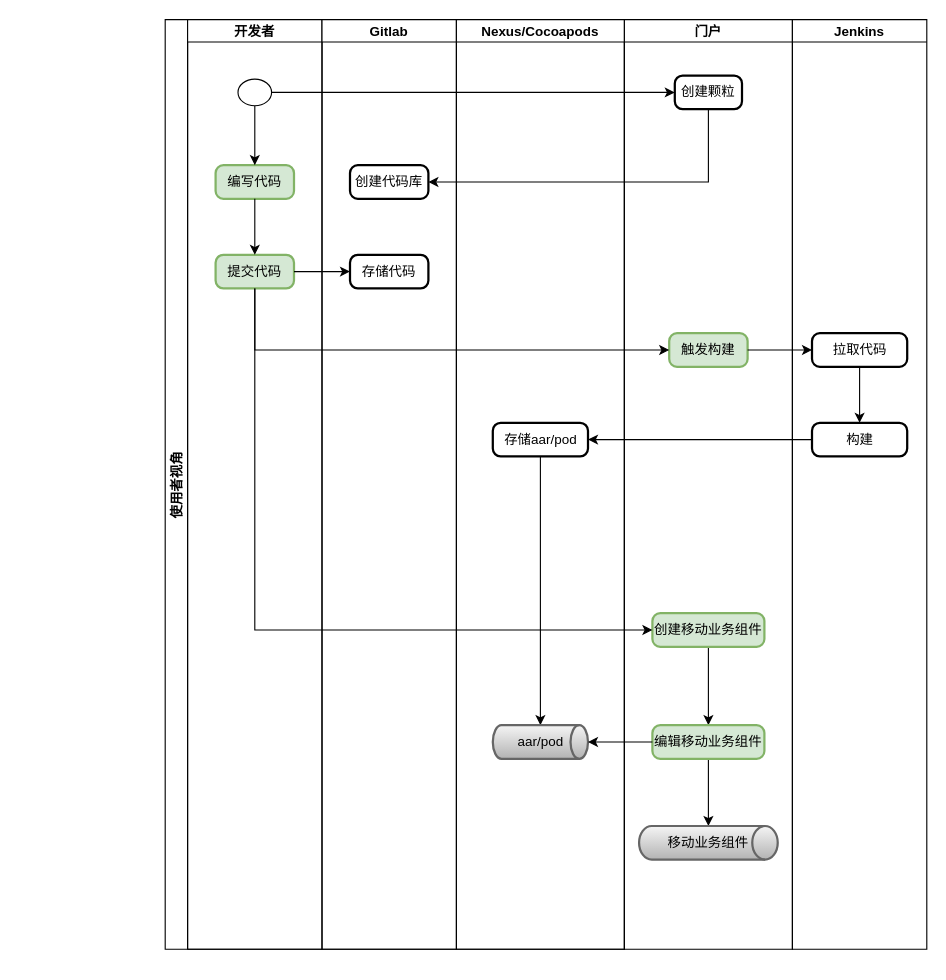
kwhitestone/drawio keeps this draw.io diagram as page "第 6 页" (6 of 6) of assembly-factory.drawio. Above is the earlier version. Source tidied: cells renumbered, new cells numbered last; positions are measured from the earlier drawing's top-left corner, leaving out a move shared by most shapes. Both pictures are drawn from the tidied source at 112%, with x=0, y=0 at pixel (165, 19).
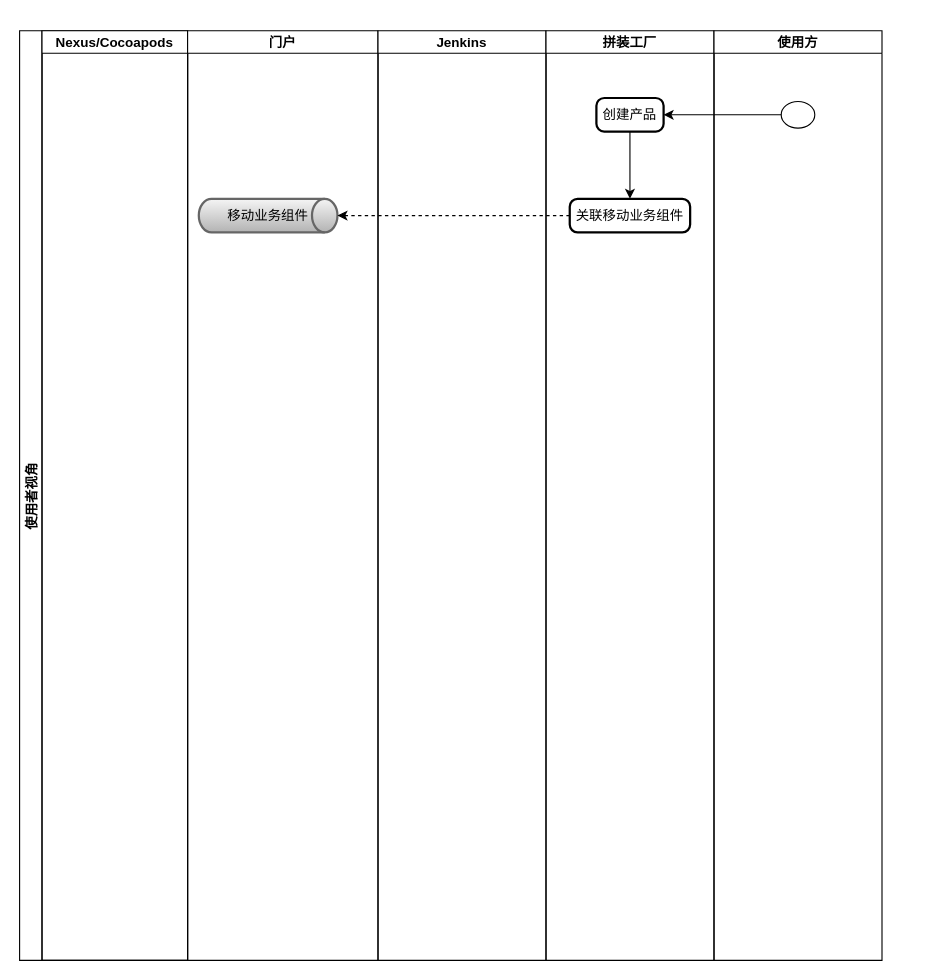
Above is the later version.

Change to the diagram source:
```diff
@@
     <mxCell id="2" value="使用者视角" style="swimlane;startSize=20;horizontal=0;" parent="1" vertex="1">
-      <mxGeometry width="410" height="830" as="geometry" />
+      <mxGeometry x="-130" y="10" width="150" height="830" as="geometry" />
     </mxCell>
-    <mxCell id="3" value="开发者" style="swimlane;startSize=20;" parent="2" vertex="1">
-      <mxGeometry x="20" width="120" height="830" as="geometry" />
-    </mxCell>
-    <mxCell id="4" value="编写代码" style="rounded=1;whiteSpace=wrap;html=1;absoluteArcSize=1;arcSize=14;strokeWidth=2;fillColor=#d5e8d4;strokeColor=#82b366;" parent="3" vertex="1">
-      <mxGeometry x="25" y="130" width="70" height="30" as="geometry" />
-    </mxCell>
-    <mxCell id="5" value="提交代码" style="rounded=1;whiteSpace=wrap;html=1;absoluteArcSize=1;arcSize=14;strokeWidth=2;fillColor=#d5e8d4;strokeColor=#82b366;" parent="3" vertex="1">
-      <mxGeometry x="25" y="210" width="70" height="30" as="geometry" />
-    </mxCell>
-    <mxCell id="6" style="edgeStyle=orthogonalEdgeStyle;rounded=0;jettySize=auto;html=1;entryX=0.5;entryY=0;entryDx=0;entryDy=0;exitX=0.5;exitY=1;exitDx=0;exitDy=0;" parent="3" edge="1" source="4" target="5">
-      <mxGeometry relative="1" as="geometry" />
-    </mxCell>
-    <mxCell id="7" style="edgeStyle=orthogonalEdgeStyle;rounded=0;jettySize=auto;html=1;entryX=0.5;entryY=0;entryDx=0;entryDy=0;" parent="3" edge="1" source="8" target="4">
-      <mxGeometry relative="1" as="geometry" />
-    </mxCell>
-    <mxCell id="8" style="verticalLabelPosition=bottom;verticalAlign=top;html=1;shape=mxgraph.flowchart.on-page_reference;" parent="3" vertex="1">
-      <mxGeometry x="45" y="53.1" width="30" height="23.8" as="geometry" />
-    </mxCell>
-    <mxCell id="9" style="edgeStyle=orthogonalEdgeStyle;rounded=0;jettySize=auto;html=1;entryX=0;entryY=0.5;entryDx=0;entryDy=0;" parent="2" edge="1" source="5" target="12">
-      <mxGeometry relative="1" as="geometry" />
-    </mxCell>
-    <mxCell id="10" value="Gitlab" style="swimlane;startSize=20;" parent="2" vertex="1">
-      <mxGeometry x="140" width="120" height="830" as="geometry" />
-    </mxCell>
-    <mxCell id="11" value="创建代码库" style="rounded=1;whiteSpace=wrap;html=1;absoluteArcSize=1;arcSize=14;strokeWidth=2;" parent="10" vertex="1">
-      <mxGeometry x="25" y="130" width="70" height="30" as="geometry" />
-    </mxCell>
-    <mxCell id="12" value="存储代码" style="rounded=1;whiteSpace=wrap;html=1;absoluteArcSize=1;arcSize=14;strokeWidth=2;" parent="10" vertex="1">
-      <mxGeometry x="25" y="210" width="70" height="30" as="geometry" />
-    </mxCell>
     <mxCell id="13" value="Nexus/Cocoapods" style="swimlane;startSize=20;" parent="2" vertex="1">
-      <mxGeometry x="260" width="150" height="830" as="geometry" />
+      <mxGeometry x="20" width="130" height="830" as="geometry" />
     </mxCell>
-    <mxCell id="14" style="edgeStyle=orthogonalEdgeStyle;rounded=0;jettySize=auto;html=1;entryX=0.5;entryY=0;entryDx=0;entryDy=0;entryPerimeter=0;" parent="13" edge="1" source="15" target="16">
-      <mxGeometry relative="1" as="geometry" />
-    </mxCell>
-    <mxCell id="15" value="存储aar/pod" style="rounded=1;whiteSpace=wrap;html=1;absoluteArcSize=1;arcSize=14;strokeWidth=2;" parent="13" vertex="1">
-      <mxGeometry x="32.5" y="360" width="85" height="30" as="geometry" />
-    </mxCell>
-    <mxCell id="16" value="aar/pod" style="strokeWidth=2;html=1;shape=mxgraph.flowchart.direct_data;whiteSpace=wrap;fillColor=#f5f5f5;strokeColor=#666666;gradientColor=#b3b3b3;" parent="13" vertex="1">
-      <mxGeometry x="32.5" y="630" width="85" height="30" as="geometry" />
-    </mxCell>
     <mxCell id="17" value="门户" style="swimlane;startSize=20;" parent="1" vertex="1">
-      <mxGeometry x="410" width="150" height="830" as="geometry" />
+      <mxGeometry x="20" y="10" width="170" height="830" as="geometry" />
     </mxCell>
-    <mxCell id="18" value="创建颗粒" style="rounded=1;whiteSpace=wrap;html=1;absoluteArcSize=1;arcSize=14;strokeWidth=2;" parent="17" vertex="1">
-      <mxGeometry x="45" y="50" width="60" height="30" as="geometry" />
-    </mxCell>
-    <mxCell id="19" value="触发构建" style="rounded=1;whiteSpace=wrap;html=1;absoluteArcSize=1;arcSize=14;strokeWidth=2;fillColor=#d5e8d4;strokeColor=#82b366;" parent="17" vertex="1">
-      <mxGeometry x="40" y="280" width="70" height="30" as="geometry" />
-    </mxCell>
-    <mxCell id="20" style="edgeStyle=orthogonalEdgeStyle;rounded=0;jettySize=auto;html=1;entryX=0.5;entryY=0;entryDx=0;entryDy=0;entryPerimeter=0;" parent="17" edge="1" source="21">
-      <mxGeometry relative="1" as="geometry">
-        <mxPoint x="75" y="630" as="targetPoint" />
-      </mxGeometry>
-    </mxCell>
-    <mxCell id="21" value="创建移动业务组件" style="rounded=1;whiteSpace=wrap;html=1;absoluteArcSize=1;arcSize=14;strokeWidth=2;fillColor=#d5e8d4;strokeColor=#82b366;" parent="17" vertex="1">
-      <mxGeometry x="25" y="530" width="100" height="30" as="geometry" />
-    </mxCell>
-    <mxCell id="22" style="edgeStyle=orthogonalEdgeStyle;rounded=0;jettySize=auto;html=1;entryX=0.5;entryY=0;entryDx=0;entryDy=0;entryPerimeter=0;" parent="17" edge="1" source="23" target="24">
-      <mxGeometry relative="1" as="geometry" />
-    </mxCell>
-    <mxCell id="23" value="编辑移动业务组件" style="rounded=1;whiteSpace=wrap;html=1;absoluteArcSize=1;arcSize=14;strokeWidth=2;fillColor=#d5e8d4;strokeColor=#82b366;" parent="17" vertex="1">
-      <mxGeometry x="25" y="630" width="100" height="30" as="geometry" />
-    </mxCell>
     <mxCell id="24" value="移动业务组件" style="strokeWidth=2;html=1;shape=mxgraph.flowchart.direct_data;whiteSpace=wrap;fillColor=#f5f5f5;strokeColor=#666666;gradientColor=#b3b3b3;" parent="17" vertex="1">
-      <mxGeometry x="13.1" y="720" width="123.8" height="30" as="geometry" />
+      <mxGeometry x="10" y="150" width="123.8" height="30" as="geometry" />
     </mxCell>
     <mxCell id="25" value="Jenkins" style="swimlane;startSize=20;" parent="1" vertex="1">
-      <mxGeometry x="560" width="120" height="830" as="geometry" />
+      <mxGeometry x="190" y="10" width="150" height="830" as="geometry" />
     </mxCell>
-    <mxCell id="26" value="拉取代码" style="rounded=1;whiteSpace=wrap;html=1;absoluteArcSize=1;arcSize=14;strokeWidth=2;" parent="25" vertex="1">
-      <mxGeometry x="17.5" y="280" width="85" height="30" as="geometry" />
-    </mxCell>
-    <mxCell id="27" value="构建" style="rounded=1;whiteSpace=wrap;html=1;absoluteArcSize=1;arcSize=14;strokeWidth=2;" parent="25" vertex="1">
-      <mxGeometry x="17.5" y="360" width="85" height="30" as="geometry" />
-    </mxCell>
-    <mxCell id="28" style="edgeStyle=orthogonalEdgeStyle;rounded=0;jettySize=auto;html=1;entryX=0.5;entryY=0;entryDx=0;entryDy=0;exitX=0.5;exitY=1;exitDx=0;exitDy=0;" parent="25" edge="1" source="26" target="27">
-      <mxGeometry relative="1" as="geometry" />
-    </mxCell>
-    <mxCell id="29" style="edgeStyle=orthogonalEdgeStyle;rounded=0;jettySize=auto;html=1;entryX=1;entryY=0.5;entryDx=0;entryDy=0;exitX=0.5;exitY=1;exitDx=0;exitDy=0;" parent="1" edge="1" source="18" target="11">
-      <mxGeometry relative="1" as="geometry" />
-    </mxCell>
-    <mxCell id="30" style="edgeStyle=orthogonalEdgeStyle;rounded=0;jettySize=auto;html=1;exitX=1;exitY=0.5;exitDx=0;exitDy=0;entryX=0;entryY=0.5;entryDx=0;entryDy=0;" parent="1" edge="1" source="19" target="26">
-      <mxGeometry relative="1" as="geometry" />
-    </mxCell>
-    <mxCell id="31" style="edgeStyle=orthogonalEdgeStyle;rounded=0;jettySize=auto;html=1;entryX=1;entryY=0.5;entryDx=0;entryDy=0;" parent="1" edge="1" source="27" target="15">
-      <mxGeometry relative="1" as="geometry" />
-    </mxCell>
-    <mxCell id="32" style="edgeStyle=orthogonalEdgeStyle;rounded=0;jettySize=auto;html=1;entryX=0;entryY=0.5;entryDx=0;entryDy=0;exitX=0.5;exitY=1;exitDx=0;exitDy=0;" parent="1" edge="1" source="5" target="19">
-      <mxGeometry relative="1" as="geometry" />
-    </mxCell>
-    <mxCell id="33" style="edgeStyle=orthogonalEdgeStyle;rounded=0;jettySize=auto;html=1;entryX=0;entryY=0.5;entryDx=0;entryDy=0;" parent="1" edge="1" source="8" target="18">
-      <mxGeometry relative="1" as="geometry" />
-    </mxCell>
-    <mxCell id="34" style="edgeStyle=orthogonalEdgeStyle;rounded=0;jettySize=auto;html=1;entryX=0;entryY=0.5;entryDx=0;entryDy=0;exitX=0.5;exitY=1;exitDx=0;exitDy=0;" parent="1" edge="1" source="5" target="21">
-      <mxGeometry relative="1" as="geometry" />
-    </mxCell>
-    <mxCell id="35" style="edgeStyle=orthogonalEdgeStyle;rounded=0;jettySize=auto;html=1;entryX=1;entryY=0.5;entryDx=0;entryDy=0;entryPerimeter=0;" parent="1" edge="1" source="23" target="16">
-      <mxGeometry relative="1" as="geometry" />
-    </mxCell>
+    <mxCell id="36" value="拼装工厂" style="swimlane;startSize=20;" parent="1" vertex="1">
+      <mxGeometry x="340" y="10" width="150" height="830" as="geometry" />
+    </mxCell>
+    <mxCell id="37" style="edgeStyle=orthogonalEdgeStyle;rounded=0;jettySize=auto;html=1;entryX=0.5;entryY=0;entryDx=0;entryDy=0;" parent="36" edge="1" source="38" target="39">
+      <mxGeometry relative="1" as="geometry" />
+    </mxCell>
+    <mxCell id="38" value="创建产品" style="rounded=1;whiteSpace=wrap;html=1;absoluteArcSize=1;arcSize=14;strokeWidth=2;" parent="36" vertex="1">
+      <mxGeometry x="45" y="60" width="60" height="30" as="geometry" />
+    </mxCell>
+    <mxCell id="39" value="关联移动业务组件" style="rounded=1;whiteSpace=wrap;html=1;absoluteArcSize=1;arcSize=14;strokeWidth=2;" parent="36" vertex="1">
+      <mxGeometry x="21.2" y="150" width="107.5" height="30" as="geometry" />
+    </mxCell>
+    <mxCell id="40" value="使用方" style="swimlane;startSize=20;" parent="1" vertex="1">
+      <mxGeometry x="490" y="10" width="150" height="830" as="geometry" />
+    </mxCell>
+    <mxCell id="41" style="verticalLabelPosition=bottom;verticalAlign=top;html=1;shape=mxgraph.flowchart.on-page_reference;" parent="40" vertex="1">
+      <mxGeometry x="60" y="63.1" width="30" height="23.8" as="geometry" />
+    </mxCell>
+    <mxCell id="42" style="edgeStyle=orthogonalEdgeStyle;rounded=0;jettySize=auto;html=1;entryX=1;entryY=0.5;entryDx=0;entryDy=0;" parent="1" edge="1" source="41" target="38">
+      <mxGeometry relative="1" as="geometry" />
+    </mxCell>
+    <mxCell id="43" style="edgeStyle=orthogonalEdgeStyle;jettySize=auto;html=1;entryX=1;entryY=0.5;entryDx=0;entryDy=0;entryPerimeter=0;rounded=0;dashed=1;" parent="1" edge="1" source="39" target="24">
+      <mxGeometry relative="1" as="geometry" />
+    </mxCell>
```
